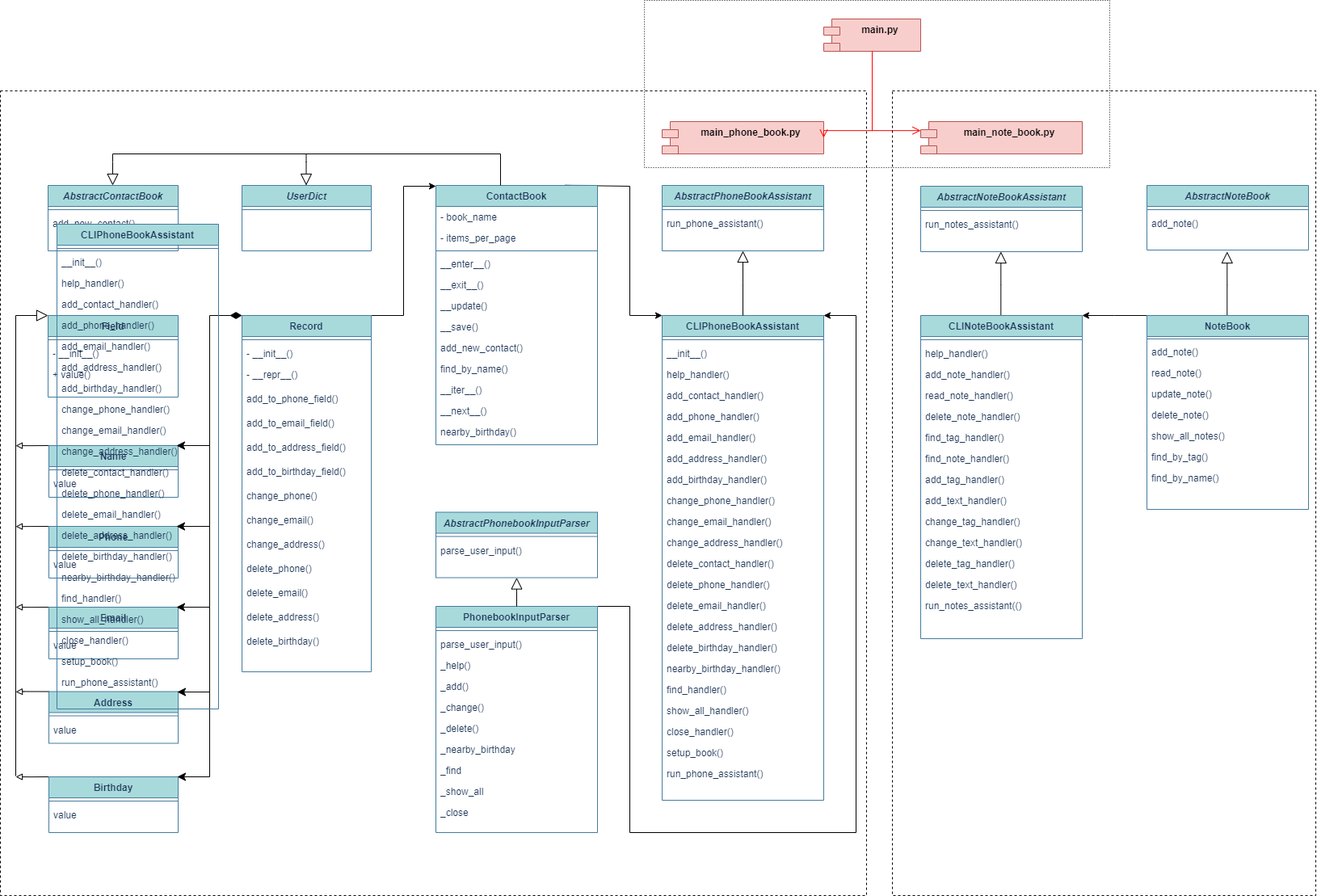
Before: personal_assistant.drawio.png, a diagram exported from draw.io (AndriiBobanych/goit_web_unit2_abstract_classes_personal_assistant). Source tidied: cells renumbered, new cells last; positions are measured from the earlier drawing's top-left corner, leaving out a move shared by most shapes.
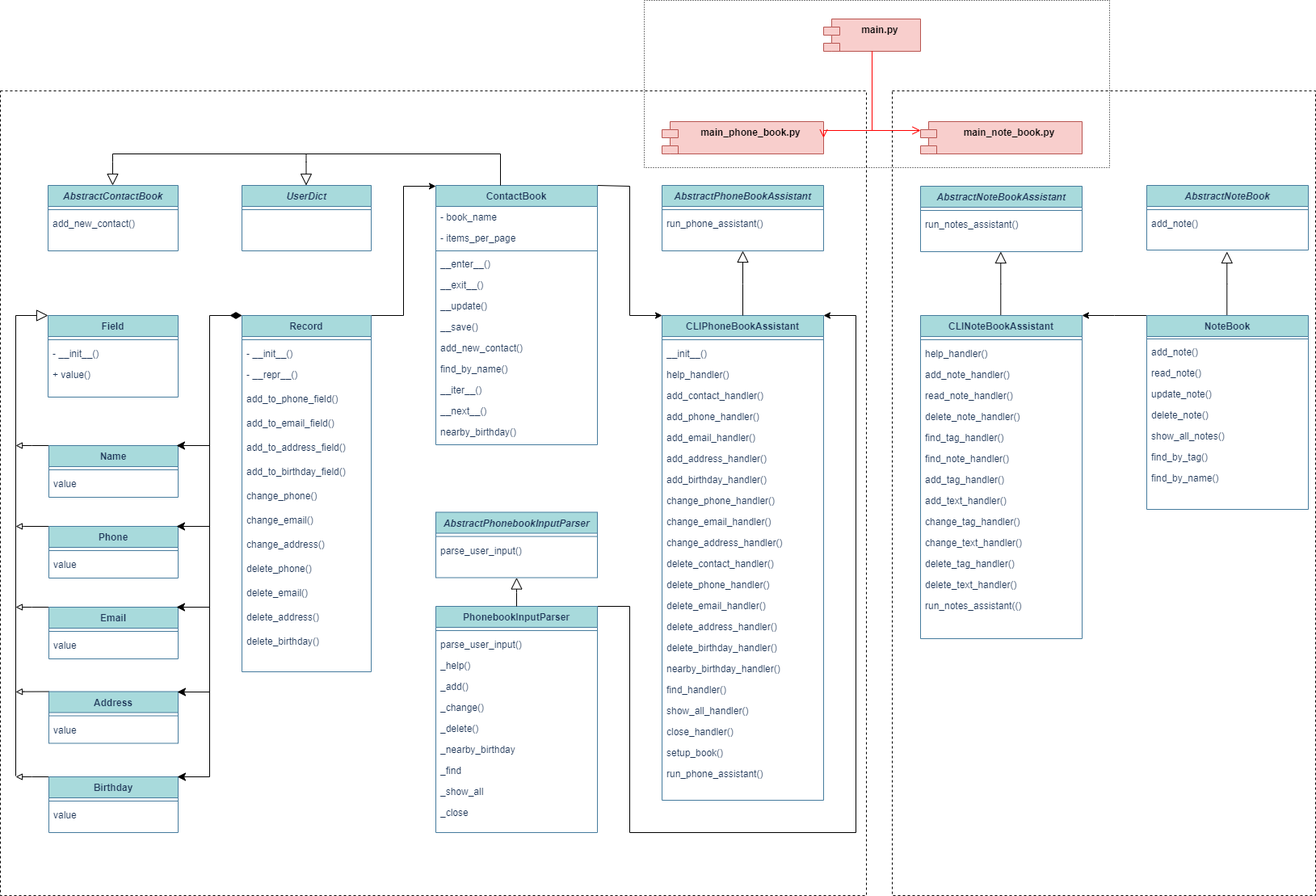
Later version of the same file.

What changed in the source:
```diff
@@ -2,6 +2,12 @@
   <root>
     <mxCell id="0" />
     <mxCell id="1" parent="0" />
+    <mxCell id="182" style="verticalLabelPosition=bottom;verticalAlign=top;html=1;shape=mxgraph.basic.rect;fillColor2=none;strokeWidth=1;size=20;indent=5;rounded=0;fillColor=none;dashed=1;" parent="1" vertex="1">
+      <mxGeometry x="1104" y="112" width="524" height="996" as="geometry" />
+    </mxCell>
+    <mxCell id="181" style="verticalLabelPosition=bottom;verticalAlign=top;html=1;shape=mxgraph.basic.rect;fillColor2=none;strokeWidth=1;size=20;indent=5;rounded=0;fillColor=none;dashed=1;" parent="1" vertex="1">
+      <mxGeometry y="112" width="1072" height="996" as="geometry" />
+    </mxCell>
     <mxCell id="2" value="AbstractPhoneBookAssistant" style="swimlane;fontStyle=3;align=center;verticalAlign=top;horizontal=1;startSize=26;rounded=0;shadow=0;strokeWidth=1;fillColor=#A8DADC;strokeColor=#457B9D;fontColor=#1D3557;" parent="1" vertex="1">
       <mxGeometry x="819" y="229" width="200" height="81" as="geometry" />
     </mxCell>
@@ -329,7 +335,6 @@
     <mxCell id="86" style="edgeStyle=orthogonalEdgeStyle;rounded=0;jettySize=auto;html=1;exitX=1;exitY=0;exitDx=0;exitDy=0;entryX=0;entryY=0;entryDx=0;entryDy=0;" parent="1" edge="1" source="87" target="5">
       <mxGeometry relative="1" as="geometry">
         <Array as="points">
-          <mxPoint x="699" y="229" />
           <mxPoint x="779" y="230" />
           <mxPoint x="779" y="390" />
         </Array>
@@ -593,81 +598,6 @@
     <mxCell id="157" value="run_notes_assistant(()" style="text;align=left;verticalAlign=top;spacingLeft=4;spacingRight=4;overflow=hidden;fontColor=#1D3557;" parent="143" vertex="1">
       <mxGeometry y="346" width="200" height="26" as="geometry" />
     </mxCell>
-    <mxCell id="158" value="CLIPhoneBookAssistant" style="swimlane;fontStyle=1;align=center;verticalAlign=top;horizontal=1;startSize=26;rounded=0;shadow=0;strokeWidth=1;fillColor=#A8DADC;strokeColor=#457B9D;fontColor=#1D3557;" parent="1" vertex="1">
-      <mxGeometry x="70" y="277" width="200" height="600" as="geometry" />
-    </mxCell>
-    <mxCell id="159" style="line;html=1;strokeWidth=1;align=left;verticalAlign=middle;spacingTop=-1;spacingLeft=3;spacingRight=3;labelPosition=right;labelBackgroundColor=#F1FAEE;fillColor=#A8DADC;strokeColor=#457B9D;fontColor=#1D3557;" parent="158" vertex="1">
-      <mxGeometry y="26" width="200" height="8" as="geometry" />
-    </mxCell>
-    <mxCell id="160" value="__init__()" style="text;align=left;verticalAlign=top;spacingLeft=4;spacingRight=4;overflow=hidden;fontColor=#1D3557;" parent="158" vertex="1">
-      <mxGeometry y="34" width="200" height="26" as="geometry" />
-    </mxCell>
-    <mxCell id="161" value="help_handler()" style="text;align=left;verticalAlign=top;spacingLeft=4;spacingRight=4;overflow=hidden;fontColor=#1D3557;" parent="158" vertex="1">
-      <mxGeometry y="60" width="200" height="26" as="geometry" />
-    </mxCell>
-    <mxCell id="162" value="add_contact_handler()" style="text;align=left;verticalAlign=top;spacingLeft=4;spacingRight=4;overflow=hidden;fontColor=#1D3557;" parent="158" vertex="1">
-      <mxGeometry y="86" width="200" height="26" as="geometry" />
-    </mxCell>
-    <mxCell id="163" value="add_phone_handler()" style="text;align=left;verticalAlign=top;spacingLeft=4;spacingRight=4;overflow=hidden;fontColor=#1D3557;" parent="158" vertex="1">
-      <mxGeometry y="112" width="200" height="26" as="geometry" />
-    </mxCell>
-    <mxCell id="164" value="add_email_handler()" style="text;align=left;verticalAlign=top;spacingLeft=4;spacingRight=4;overflow=hidden;fontColor=#1D3557;" parent="158" vertex="1">
-      <mxGeometry y="138" width="200" height="26" as="geometry" />
-    </mxCell>
-    <mxCell id="165" value="add_address_handler()" style="text;align=left;verticalAlign=top;spacingLeft=4;spacingRight=4;overflow=hidden;fontColor=#1D3557;" parent="158" vertex="1">
-      <mxGeometry y="164" width="200" height="26" as="geometry" />
-    </mxCell>
-    <mxCell id="166" value="add_birthday_handler()" style="text;align=left;verticalAlign=top;spacingLeft=4;spacingRight=4;overflow=hidden;fontColor=#1D3557;" parent="158" vertex="1">
-      <mxGeometry y="190" width="200" height="26" as="geometry" />
-    </mxCell>
-    <mxCell id="167" value="change_phone_handler()" style="text;align=left;verticalAlign=top;spacingLeft=4;spacingRight=4;overflow=hidden;fontColor=#1D3557;" parent="158" vertex="1">
-      <mxGeometry y="216" width="200" height="26" as="geometry" />
-    </mxCell>
-    <mxCell id="168" value="change_email_handler()" style="text;align=left;verticalAlign=top;spacingLeft=4;spacingRight=4;overflow=hidden;fontColor=#1D3557;" parent="158" vertex="1">
-      <mxGeometry y="242" width="200" height="26" as="geometry" />
-    </mxCell>
-    <mxCell id="169" value="change_address_handler()" style="text;align=left;verticalAlign=top;spacingLeft=4;spacingRight=4;overflow=hidden;fontColor=#1D3557;" parent="158" vertex="1">
-      <mxGeometry y="268" width="200" height="26" as="geometry" />
-    </mxCell>
-    <mxCell id="170" value="delete_contact_handler()" style="text;align=left;verticalAlign=top;spacingLeft=4;spacingRight=4;overflow=hidden;fontColor=#1D3557;" parent="158" vertex="1">
-      <mxGeometry y="294" width="200" height="26" as="geometry" />
-    </mxCell>
-    <mxCell id="171" value="delete_phone_handler()" style="text;align=left;verticalAlign=top;spacingLeft=4;spacingRight=4;overflow=hidden;fontColor=#1D3557;" parent="158" vertex="1">
-      <mxGeometry y="320" width="200" height="26" as="geometry" />
-    </mxCell>
-    <mxCell id="172" value="delete_email_handler()" style="text;align=left;verticalAlign=top;spacingLeft=4;spacingRight=4;overflow=hidden;fontColor=#1D3557;" parent="158" vertex="1">
-      <mxGeometry y="346" width="200" height="26" as="geometry" />
-    </mxCell>
-    <mxCell id="173" value="delete_address_handler()" style="text;align=left;verticalAlign=top;spacingLeft=4;spacingRight=4;overflow=hidden;fontColor=#1D3557;" parent="158" vertex="1">
-      <mxGeometry y="372" width="200" height="26" as="geometry" />
-    </mxCell>
-    <mxCell id="174" value="delete_birthday_handler()" style="text;align=left;verticalAlign=top;spacingLeft=4;spacingRight=4;overflow=hidden;fontColor=#1D3557;" parent="158" vertex="1">
-      <mxGeometry y="398" width="200" height="26" as="geometry" />
-    </mxCell>
-    <mxCell id="175" value="nearby_birthday_handler()" style="text;align=left;verticalAlign=top;spacingLeft=4;spacingRight=4;overflow=hidden;fontColor=#1D3557;" parent="158" vertex="1">
-      <mxGeometry y="424" width="200" height="26" as="geometry" />
-    </mxCell>
-    <mxCell id="176" value="find_handler()" style="text;align=left;verticalAlign=top;spacingLeft=4;spacingRight=4;overflow=hidden;fontColor=#1D3557;" parent="158" vertex="1">
-      <mxGeometry y="450" width="200" height="26" as="geometry" />
-    </mxCell>
-    <mxCell id="177" value="show_all_handler()" style="text;align=left;verticalAlign=top;spacingLeft=4;spacingRight=4;overflow=hidden;fontColor=#1D3557;" parent="158" vertex="1">
-      <mxGeometry y="476" width="200" height="26" as="geometry" />
-    </mxCell>
-    <mxCell id="178" value="close_handler()" style="text;align=left;verticalAlign=top;spacingLeft=4;spacingRight=4;overflow=hidden;fontColor=#1D3557;" parent="158" vertex="1">
-      <mxGeometry y="502" width="200" height="26" as="geometry" />
-    </mxCell>
-    <mxCell id="179" value="setup_book()" style="text;align=left;verticalAlign=top;spacingLeft=4;spacingRight=4;overflow=hidden;fontColor=#1D3557;" parent="158" vertex="1">
-      <mxGeometry y="528" width="200" height="26" as="geometry" />
-    </mxCell>
-    <mxCell id="180" value="run_phone_assistant()" style="text;align=left;verticalAlign=top;spacingLeft=4;spacingRight=4;overflow=hidden;fontColor=#1D3557;" parent="158" vertex="1">
-      <mxGeometry y="554" width="200" height="26" as="geometry" />
-    </mxCell>
-    <mxCell id="181" style="verticalLabelPosition=bottom;verticalAlign=top;html=1;shape=mxgraph.basic.rect;fillColor2=none;strokeWidth=1;size=20;indent=5;rounded=0;fillColor=none;dashed=1;" parent="1" vertex="1">
-      <mxGeometry y="112" width="1072" height="996" as="geometry" />
-    </mxCell>
-    <mxCell id="182" style="verticalLabelPosition=bottom;verticalAlign=top;html=1;shape=mxgraph.basic.rect;fillColor2=none;strokeWidth=1;size=20;indent=5;rounded=0;fillColor=none;dashed=1;" parent="1" vertex="1">
-      <mxGeometry x="1104" y="112" width="524" height="996" as="geometry" />
-    </mxCell>
     <mxCell id="183" style="verticalLabelPosition=bottom;verticalAlign=top;html=1;shape=mxgraph.basic.rect;fillColor2=none;strokeWidth=1;size=20;indent=5;rounded=0;fillColor=none;dashed=1;dashPattern=1 2;" parent="1" vertex="1">
       <mxGeometry x="797" width="576" height="207" as="geometry" />
     </mxCell>
```
